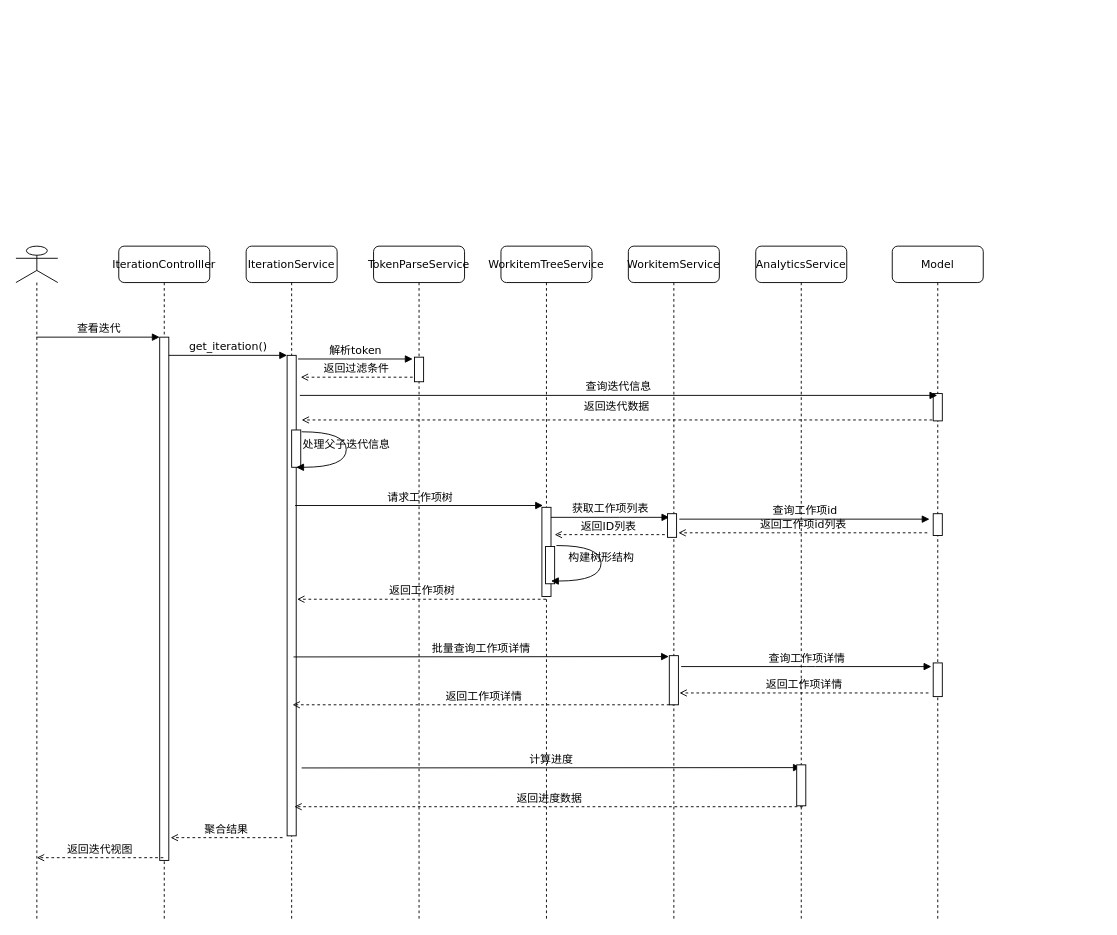
The draw.io diagram 项目集时序图.drawio in qf2020/drawio, before the edit. Source tidied: cells renumbered, new cells numbered last; positions are measured from the earlier drawing's top-left corner, leaving out a move shared by most shapes. Both pictures are drawn from the tidied source at 91%, with x=0, y=0 at pixel (15, 246).
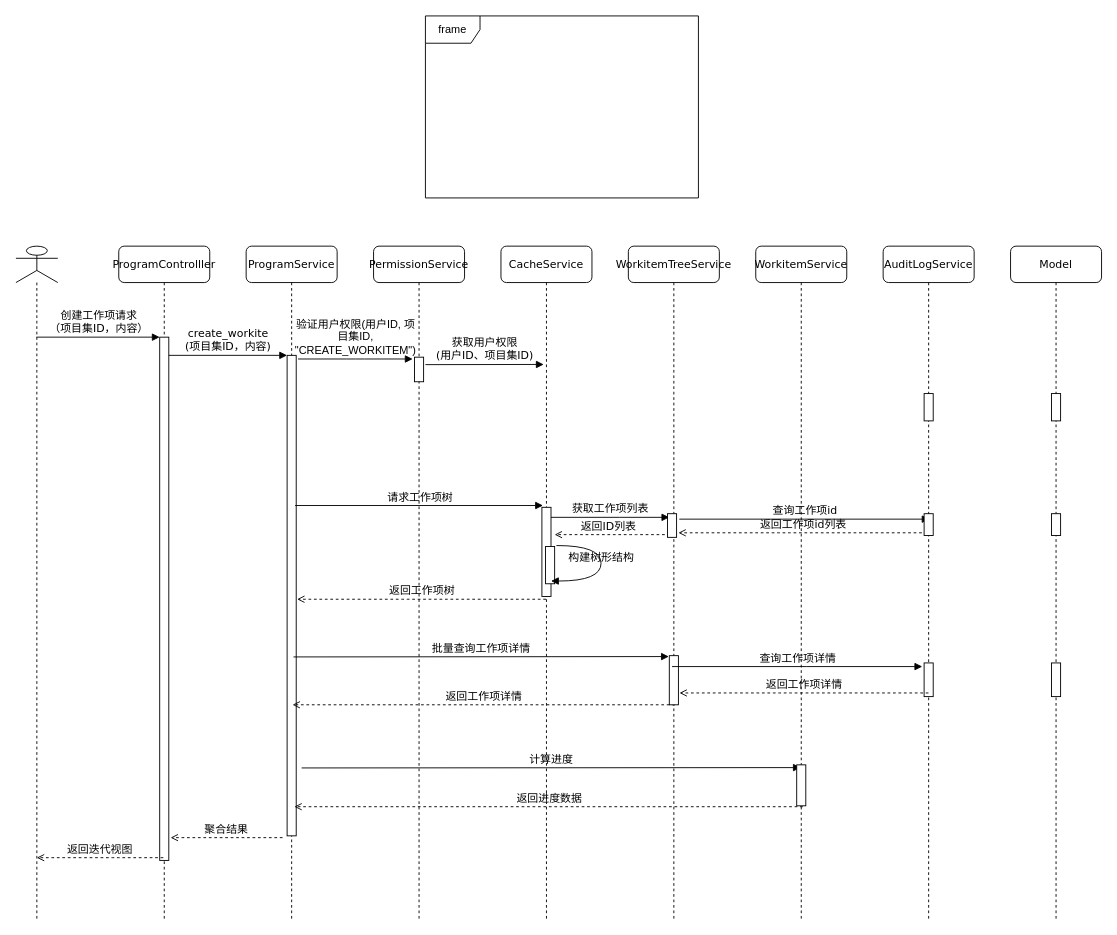
The same page after the edit.

Commit message (it also covers changes not shown here):
更新项目集时序图.drawio

The change refers to these unchanged cells:
```xml
<mxCell id="3" style="html=1;points=[];perimeter=orthogonalPerimeter;rounded=0;shadow=0;comic=0;labelBackgroundColor=none;strokeWidth=1;fontFamily=Verdana;fontSize=12;align=center;" parent="2" vertex="1">
  <mxGeometry x="45" y="100" width="10" height="575" as="geometry" />
</mxCell>
<mxCell id="5" style="html=1;points=[];perimeter=orthogonalPerimeter;rounded=0;shadow=0;comic=0;labelBackgroundColor=none;strokeWidth=1;fontFamily=Verdana;fontSize=12;align=center;" parent="4" vertex="1">
  <mxGeometry x="45" y="120" width="10" height="528" as="geometry" />
</mxCell>
<mxCell id="32" style="shape=umlLifeline;perimeter=lifelinePerimeter;whiteSpace=wrap;html=1;outlineConnect=0;portConstraint=eastwest;newEdgeStyle={&quot;curved&quot;:0,&quot;rounded&quot;:0};participant=umlActor;" parent="1" vertex="1">
  <mxGeometry width="46" height="740" as="geometry" />
</mxCell>
```

Change to the diagram source:
```diff
@@
-    <mxCell id="2" value="IterationControlller" style="shape=umlLifeline;perimeter=lifelinePerimeter;whiteSpace=wrap;html=1;rounded=1;shadow=0;comic=0;labelBackgroundColor=none;strokeWidth=1;fontFamily=Verdana;fontSize=12;align=center;" parent="1" vertex="1">
+    <mxCell id="2" value="ProgramControlller" style="shape=umlLifeline;perimeter=lifelinePerimeter;whiteSpace=wrap;html=1;rounded=1;shadow=0;comic=0;labelBackgroundColor=none;strokeWidth=1;fontFamily=Verdana;fontSize=12;align=center;" parent="1" vertex="1">
       <mxGeometry x="113" width="100" height="740" as="geometry" />
     </mxCell>
@@
-    <mxCell id="4" value="IterationService" style="shape=umlLifeline;perimeter=lifelinePerimeter;whiteSpace=wrap;html=1;rounded=1;shadow=0;comic=0;labelBackgroundColor=none;strokeWidth=1;fontFamily=Verdana;fontSize=12;align=center;" parent="1" vertex="1">
+    <mxCell id="4" value="ProgramService" style="shape=umlLifeline;perimeter=lifelinePerimeter;whiteSpace=wrap;html=1;rounded=1;shadow=0;comic=0;labelBackgroundColor=none;strokeWidth=1;fontFamily=Verdana;fontSize=12;align=center;" parent="1" vertex="1">
       <mxGeometry x="253" width="100" height="740" as="geometry" />
     </mxCell>
@@
-    <mxCell id="7" style="html=1;perimeter=orthogonalPerimeter;rounded=0;shadow=0;comic=0;labelBackgroundColor=none;strokeWidth=1;fontFamily=Verdana;fontSize=12;align=center;" parent="4" vertex="1">
-      <mxGeometry x="50" y="202" width="10" height="41" as="geometry" />
-    </mxCell>
-    <mxCell id="8" value="处理父子迭代信息" style="html=1;verticalAlign=bottom;endArrow=block;labelBackgroundColor=none;fontFamily=Verdana;fontSize=12;elbow=vertical;edgeStyle=orthogonalEdgeStyle;curved=1;exitX=1.066;exitY=0.713;exitPerimeter=0;" parent="4" edge="1">
-      <mxGeometry relative="1" as="geometry">
-        <mxPoint x="61" y="204" as="sourcePoint" />
-        <mxPoint x="55" y="243" as="targetPoint" />
-        <Array as="points">
-          <mxPoint x="110" y="204" />
-          <mxPoint x="110" y="243" />
-        </Array>
-      </mxGeometry>
-    </mxCell>
-    <mxCell id="9" value="TokenParseService" style="shape=umlLifeline;perimeter=lifelinePerimeter;whiteSpace=wrap;html=1;rounded=1;shadow=0;comic=0;labelBackgroundColor=none;strokeWidth=1;fontFamily=Verdana;fontSize=12;align=center;" parent="1" vertex="1">
+    <mxCell id="9" value="PermissionService" style="shape=umlLifeline;perimeter=lifelinePerimeter;whiteSpace=wrap;html=1;rounded=1;shadow=0;comic=0;labelBackgroundColor=none;strokeWidth=1;fontFamily=Verdana;fontSize=12;align=center;" parent="1" vertex="1">
       <mxGeometry x="393" width="100" height="740" as="geometry" />
     </mxCell>
@@
-    <mxCell id="12" value="WorkitemTreeService" style="shape=umlLifeline;perimeter=lifelinePerimeter;whiteSpace=wrap;html=1;rounded=1;shadow=0;comic=0;labelBackgroundColor=none;strokeWidth=1;fontFamily=Verdana;fontSize=12;align=center;" parent="1" vertex="1">
+    <mxCell id="12" value="CacheService" style="shape=umlLifeline;perimeter=lifelinePerimeter;whiteSpace=wrap;html=1;rounded=1;shadow=0;comic=0;labelBackgroundColor=none;strokeWidth=1;fontFamily=Verdana;fontSize=12;align=center;" parent="1" vertex="1">
       <mxGeometry x="533" width="100" height="740" as="geometry" />
     </mxCell>
@@
-    <mxCell id="18" value="WorkitemService" style="shape=umlLifeline;perimeter=lifelinePerimeter;whiteSpace=wrap;html=1;rounded=1;shadow=0;comic=0;labelBackgroundColor=none;strokeWidth=1;fontFamily=Verdana;fontSize=12;align=center;" parent="1" vertex="1">
+    <mxCell id="18" value="WorkitemTreeService" style="shape=umlLifeline;perimeter=lifelinePerimeter;whiteSpace=wrap;html=1;rounded=1;shadow=0;comic=0;labelBackgroundColor=none;strokeWidth=1;fontFamily=Verdana;fontSize=12;align=center;" parent="1" vertex="1">
       <mxGeometry x="673" width="100" height="740" as="geometry" />
     </mxCell>
@@
-    <mxCell id="22" value="AnalyticsService" style="shape=umlLifeline;perimeter=lifelinePerimeter;whiteSpace=wrap;html=1;outlineConnect=0;rounded=1;shadow=0;comic=0;labelBackgroundColor=none;strokeWidth=1;fontFamily=Verdana;fontSize=12;align=center;" parent="1" vertex="1">
+    <mxCell id="22" value="WorkitemService" style="shape=umlLifeline;perimeter=lifelinePerimeter;whiteSpace=wrap;html=1;outlineConnect=0;rounded=1;shadow=0;comic=0;labelBackgroundColor=none;strokeWidth=1;fontFamily=Verdana;fontSize=12;align=center;" parent="1" vertex="1">
       <mxGeometry x="813" width="100" height="740" as="geometry" />
     </mxCell>
@@
-    <mxCell id="25" value="查看迭代" style="html=1;verticalAlign=bottom;endArrow=block;entryX=0;entryY=0;labelBackgroundColor=none;fontFamily=Verdana;fontSize=12;edgeStyle=elbowEdgeStyle;elbow=vertical;" parent="1" edge="1" source="32" target="3">
-      <mxGeometry relative="1" as="geometry" />
+    <mxCell id="25" value="创建工作项请求&lt;div&gt;（项目集ID，内容）&lt;/div&gt;" style="html=1;verticalAlign=bottom;endArrow=block;entryX=0;entryY=0;labelBackgroundColor=none;fontFamily=Verdana;fontSize=12;edgeStyle=elbowEdgeStyle;elbow=vertical;" parent="1" edge="1" source="32" target="3">
+      <mxGeometry x="0.01" relative="1" as="geometry" />
     </mxCell>
-    <mxCell id="26" value="get_iteration()" style="html=1;verticalAlign=bottom;endArrow=block;entryX=0;entryY=0;labelBackgroundColor=none;fontFamily=Verdana;fontSize=12;edgeStyle=elbowEdgeStyle;elbow=vertical;" parent="1" edge="1" source="3" target="5">
+    <mxCell id="26" value="create_workite&lt;div&gt;(项目集ID，内容)&lt;/div&gt;" style="html=1;verticalAlign=bottom;endArrow=block;entryX=0;entryY=0;labelBackgroundColor=none;fontFamily=Verdana;fontSize=12;edgeStyle=elbowEdgeStyle;elbow=vertical;" parent="1" edge="1" source="3" target="5">
       <mxGeometry relative="1" as="geometry" />
     </mxCell>
-    <mxCell id="27" value="Model" style="shape=umlLifeline;perimeter=lifelinePerimeter;whiteSpace=wrap;html=1;outlineConnect=0;rounded=1;shadow=0;comic=0;labelBackgroundColor=none;strokeWidth=1;fontFamily=Verdana;fontSize=12;align=center;" parent="1" vertex="1">
-      <mxGeometry x="963" width="100" height="740" as="geometry" />
+    <mxCell id="27" value="AuditLogService" style="shape=umlLifeline;perimeter=lifelinePerimeter;whiteSpace=wrap;html=1;outlineConnect=0;rounded=1;shadow=0;comic=0;labelBackgroundColor=none;strokeWidth=1;fontFamily=Verdana;fontSize=12;align=center;" parent="1" vertex="1">
+      <mxGeometry x="953" width="100" height="740" as="geometry" />
     </mxCell>
@@
-    <mxCell id="36" value="解析token" style="html=1;verticalAlign=bottom;endArrow=block;labelBackgroundColor=none;fontFamily=Verdana;fontSize=12;edgeStyle=elbowEdgeStyle;elbow=vertical;" parent="1" edge="1">
+    <mxCell id="36" value="&lt;span style=&quot;font-family: Helvetica; text-align: left; text-wrap-mode: wrap;&quot;&gt;验证用户权限(用户ID, 项目集ID, &quot;CREATE_WORKITEM&quot;)&lt;/span&gt;" style="html=1;verticalAlign=bottom;endArrow=block;labelBackgroundColor=none;fontFamily=Verdana;fontSize=12;edgeStyle=elbowEdgeStyle;elbow=vertical;" parent="1" edge="1">
       <mxGeometry relative="1" as="geometry">
         <mxPoint x="310" y="124" as="sourcePoint" />
         <mxPoint x="436" y="124" as="targetPoint" />
       </mxGeometry>
     </mxCell>
-    <mxCell id="37" value="查询迭代信息" style="html=1;verticalAlign=bottom;endArrow=block;labelBackgroundColor=none;fontFamily=Verdana;fontSize=12;edgeStyle=elbowEdgeStyle;elbow=vertical;" parent="1" edge="1" target="27">
-      <mxGeometry relative="1" as="geometry">
-        <mxPoint x="312" y="164" as="sourcePoint" />
-      </mxGeometry>
-    </mxCell>
-    <mxCell id="38" value="返回迭代数据" style="html=1;verticalAlign=bottom;endArrow=open;dashed=1;endSize=6;labelBackgroundColor=none;fontFamily=Verdana;fontSize=12;edgeStyle=elbowEdgeStyle;elbow=vertical;jumpSize=6;" parent="1" edge="1">
-      <mxGeometry y="-5" relative="1" as="geometry">
-        <mxPoint x="1007" y="191" as="sourcePoint" />
-        <mxPoint x="314" y="191" as="targetPoint" />
-        <Array as="points">
-          <mxPoint x="511" y="191" />
-          <mxPoint x="541" y="191" />
-        </Array>
-      </mxGeometry>
-    </mxCell>
-    <mxCell id="39" value="返回过滤条件" style="html=1;verticalAlign=bottom;endArrow=open;dashed=1;endSize=6;labelBackgroundColor=none;fontFamily=Verdana;fontSize=12;edgeStyle=elbowEdgeStyle;elbow=vertical;jumpSize=6;" parent="1" edge="1">
-      <mxGeometry x="0.01" relative="1" as="geometry">
-        <mxPoint x="436" y="144" as="sourcePoint" />
-        <mxPoint x="313" y="144" as="targetPoint" />
-        <Array as="points">
-          <mxPoint x="393" y="144" />
-          <mxPoint x="423" y="144" />
-        </Array>
-      </mxGeometry>
-    </mxCell>
@@
+    <mxCell id="44" value="Model" style="shape=umlLifeline;perimeter=lifelinePerimeter;whiteSpace=wrap;html=1;rounded=1;shadow=0;comic=0;labelBackgroundColor=none;strokeWidth=1;fontFamily=Verdana;fontSize=12;align=center;" parent="1" vertex="1">
+      <mxGeometry x="1093" width="100" height="740" as="geometry" />
+    </mxCell>
+    <mxCell id="45" style="html=1;perimeter=orthogonalPerimeter;rounded=0;shadow=0;comic=0;labelBackgroundColor=none;strokeWidth=1;fontFamily=Verdana;fontSize=12;align=center;" parent="44" vertex="1">
+      <mxGeometry x="45" y="162" width="10" height="30" as="geometry" />
+    </mxCell>
+    <mxCell id="46" style="html=1;perimeter=orthogonalPerimeter;rounded=0;shadow=0;comic=0;labelBackgroundColor=none;strokeWidth=1;fontFamily=Verdana;fontSize=12;align=center;" parent="44" vertex="1">
+      <mxGeometry x="45" y="294" width="10" height="24" as="geometry" />
+    </mxCell>
+    <mxCell id="47" style="html=1;perimeter=orthogonalPerimeter;rounded=0;shadow=0;comic=0;labelBackgroundColor=none;strokeWidth=1;fontFamily=Verdana;fontSize=12;align=center;" parent="44" vertex="1">
+      <mxGeometry x="45" y="458" width="10" height="37" as="geometry" />
+    </mxCell>
+    <mxCell id="48" value="frame" style="shape=umlFrame;whiteSpace=wrap;html=1;" parent="1" vertex="1">
+      <mxGeometry x="450" y="-253" width="300" height="200" as="geometry" />
+    </mxCell>
+    <mxCell id="49" value="获取用户权限&lt;div&gt;(用户ID、项目集ID)&lt;/div&gt;" style="html=1;verticalAlign=bottom;endArrow=block;entryX=0;entryY=0;labelBackgroundColor=none;fontFamily=Verdana;fontSize=12;edgeStyle=elbowEdgeStyle;elbow=vertical;" parent="1" edge="1">
+      <mxGeometry relative="1" as="geometry">
+        <mxPoint x="450" y="130.2" as="sourcePoint" />
+        <mxPoint x="580" y="130.2" as="targetPoint" />
+      </mxGeometry>
+    </mxCell>
```
